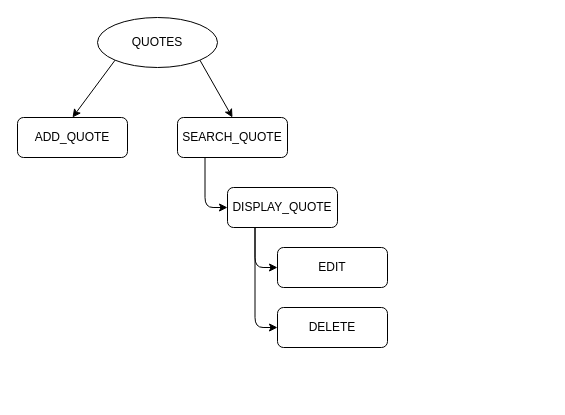
Luis0lo/Hold_React keeps this draw.io diagram as component Diagram.drawio. Above is the earlier version. Source tidied: cells renumbered, new cells numbered last; positions are measured from the earlier drawing's top-left corner, leaving out a move shared by most shapes. Both pictures are drawn from the tidied source at 100%, with x=0, y=0 at pixel (17, 17).
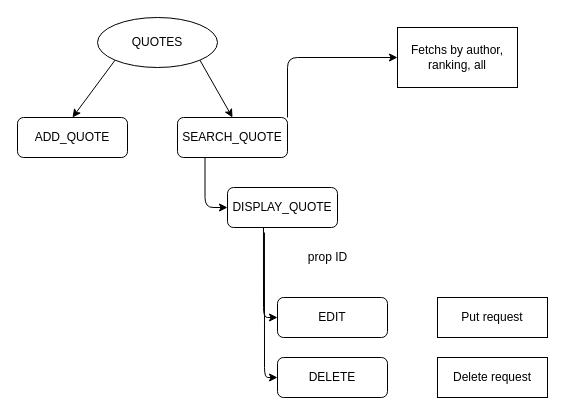
Above is the later version.

Commit message (it also covers changes not shown here):
quotes component mkdir created

What changed in the source:
```diff
@@
 <mxGraphModel>
   <root>
     <mxCell id="0" />
     <mxCell id="1" parent="0" />
     <mxCell id="2" style="edgeStyle=none;html=1;exitX=0;exitY=1;exitDx=0;exitDy=0;entryX=0.5;entryY=0;entryDx=0;entryDy=0;" parent="1" edge="1" source="4" target="5">
       <mxGeometry relative="1" as="geometry" />
     </mxCell>
     <mxCell id="3" style="edgeStyle=none;html=1;exitX=1;exitY=1;exitDx=0;exitDy=0;entryX=0.5;entryY=0;entryDx=0;entryDy=0;" parent="1" edge="1" source="4" target="7">
       <mxGeometry relative="1" as="geometry" />
     </mxCell>
     <mxCell id="4" value="QUOTES" style="ellipse;whiteSpace=wrap;html=1;" parent="1" vertex="1">
       <mxGeometry x="80" width="120" height="50" as="geometry" />
     </mxCell>
     <mxCell id="5" value="ADD_QUOTE" style="rounded=1;whiteSpace=wrap;html=1;" parent="1" vertex="1">
       <mxGeometry y="100" width="110" height="40" as="geometry" />
     </mxCell>
     <mxCell id="6" style="edgeStyle=orthogonalEdgeStyle;html=1;exitX=0.25;exitY=1;exitDx=0;exitDy=0;entryX=0;entryY=0.5;entryDx=0;entryDy=0;" parent="1" edge="1" source="7" target="10">
       <mxGeometry relative="1" as="geometry" />
     </mxCell>
+    <mxCell id="13" style="edgeStyle=orthogonalEdgeStyle;html=1;exitX=1;exitY=0;exitDx=0;exitDy=0;entryX=0;entryY=0.5;entryDx=0;entryDy=0;" parent="1" edge="1" source="7" target="14">
+      <mxGeometry relative="1" as="geometry" />
+    </mxCell>
     <mxCell id="7" value="SEARCH_QUOTE" style="rounded=1;whiteSpace=wrap;html=1;" parent="1" vertex="1">
       <mxGeometry x="160" y="100" width="110" height="40" as="geometry" />
     </mxCell>
-    <mxCell id="8" style="edgeStyle=orthogonalEdgeStyle;html=1;exitX=0.25;exitY=1;exitDx=0;exitDy=0;entryX=0;entryY=0.5;entryDx=0;entryDy=0;" parent="1" edge="1" source="10" target="11">
+    <mxCell id="8" style="edgeStyle=orthogonalEdgeStyle;html=1;exitX=0.327;exitY=0.975;exitDx=0;exitDy=0;entryX=0;entryY=0.5;entryDx=0;entryDy=0;exitPerimeter=0;" parent="1" edge="1" source="10" target="11">
       <mxGeometry relative="1" as="geometry" />
     </mxCell>
-    <mxCell id="9" style="edgeStyle=orthogonalEdgeStyle;html=1;exitX=0.25;exitY=1;exitDx=0;exitDy=0;entryX=0;entryY=0.5;entryDx=0;entryDy=0;" parent="1" edge="1" source="10" target="12">
+    <mxCell id="9" style="edgeStyle=orthogonalEdgeStyle;html=1;exitX=0.336;exitY=1.125;exitDx=0;exitDy=0;entryX=0;entryY=0.5;entryDx=0;entryDy=0;exitPerimeter=0;" parent="1" edge="1" source="10" target="12">
       <mxGeometry relative="1" as="geometry" />
     </mxCell>
     <mxCell id="10" value="DISPLAY_QUOTE" style="rounded=1;whiteSpace=wrap;html=1;" parent="1" vertex="1">
       <mxGeometry x="210" y="170" width="110" height="40" as="geometry" />
     </mxCell>
     <mxCell id="11" value="EDIT" style="rounded=1;whiteSpace=wrap;html=1;" parent="1" vertex="1">
-      <mxGeometry x="260" y="230" width="110" height="40" as="geometry" />
+      <mxGeometry x="260" y="280" width="110" height="40" as="geometry" />
     </mxCell>
     <mxCell id="12" value="DELETE" style="rounded=1;whiteSpace=wrap;html=1;" parent="1" vertex="1">
-      <mxGeometry x="260" y="290" width="110" height="40" as="geometry" />
+      <mxGeometry x="260" y="340" width="110" height="40" as="geometry" />
     </mxCell>
+    <mxCell id="14" value="Fetchs by author, ranking, all" style="whiteSpace=wrap;html=1;" parent="1" vertex="1">
+      <mxGeometry x="380" y="10" width="120" height="60" as="geometry" />
+    </mxCell>
+    <mxCell id="15" value="Put request" style="whiteSpace=wrap;html=1;" parent="1" vertex="1">
+      <mxGeometry x="420" y="280" width="110" height="40" as="geometry" />
+    </mxCell>
+    <mxCell id="16" value="Delete request" style="whiteSpace=wrap;html=1;" parent="1" vertex="1">
+      <mxGeometry x="420" y="340" width="110" height="40" as="geometry" />
+    </mxCell>
+    <mxCell id="17" value="prop ID" style="text;html=1;align=center;verticalAlign=middle;strokeColor=none;fillColor=none;" parent="1" vertex="1">
+      <mxGeometry x="285" y="230" width="50" height="20" as="geometry" />
+    </mxCell>
   </root>
 </mxGraphModel>
```
